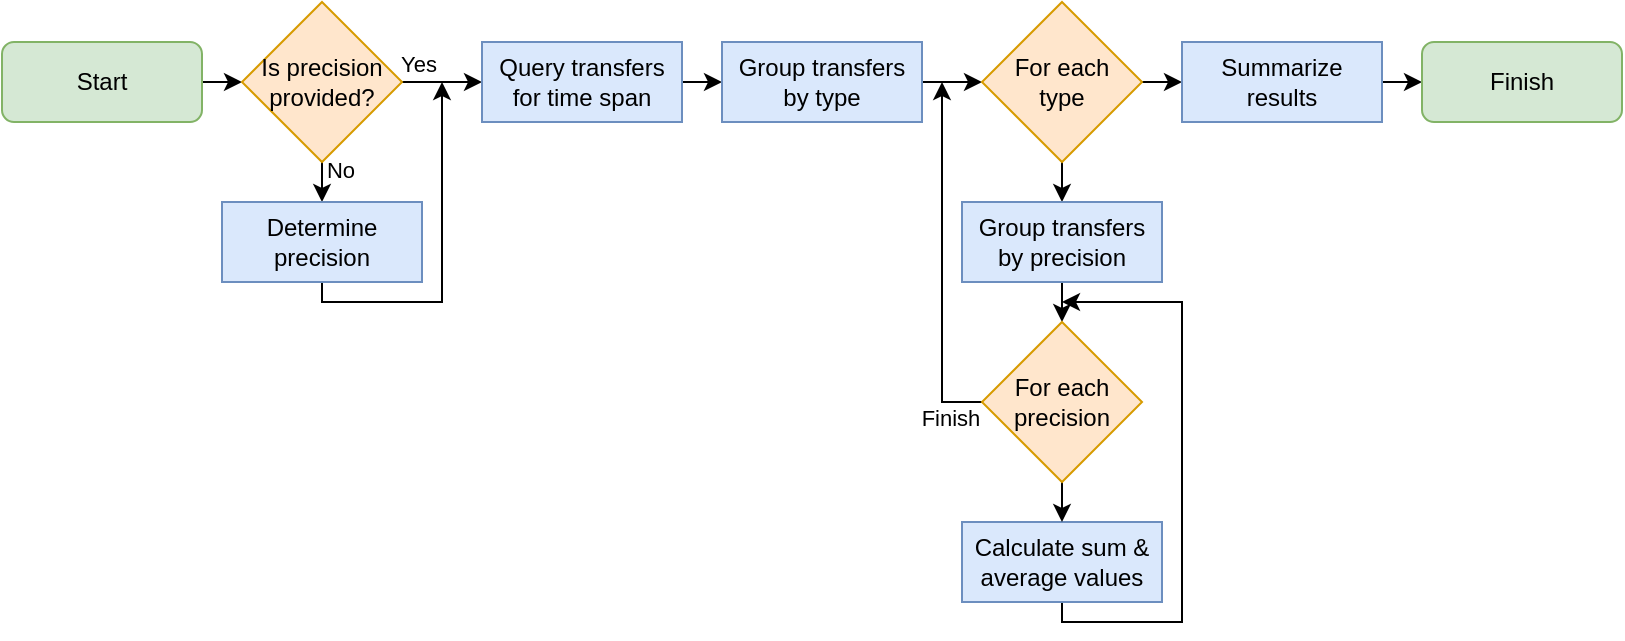
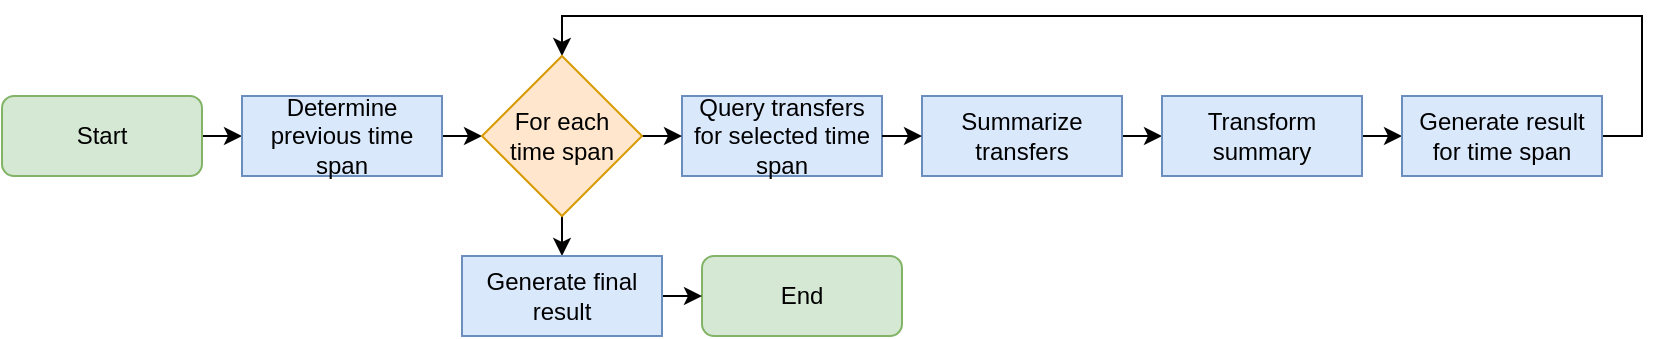
<mxfile host="app.diagrams.net" agent="Mozilla/5.0 (X11; Ubuntu; Linux x86_64; rv:146.0) Gecko/20100101 Firefox/146.0" version="29.2.9">
  <diagram name="Page-1" id="F7VylZPG_0SFrrGgAdN6">
-     <mxGraphModel dx="1501" dy="769" grid="1" gridSize="10" guides="1" tooltips="1" connect="1" arrows="1" fold="1" page="1" pageScale="1" pageWidth="850" pageHeight="1100" math="0" shadow="0">
+     <mxGraphModel dx="1426" dy="699" grid="1" gridSize="10" guides="1" tooltips="1" connect="1" arrows="1" fold="1" page="1" pageScale="1" pageWidth="850" pageHeight="1100" math="0" shadow="0">
      <root>
        <mxCell id="0" />
        <mxCell id="1" parent="0" />
-         <mxCell id="xXYBm-5ZoaBMtMdc5Scg-5" edge="1" parent="1" source="xXYBm-5ZoaBMtMdc5Scg-1" style="edgeStyle=orthogonalEdgeStyle;rounded=0;orthogonalLoop=1;jettySize=auto;html=1;exitX=1;exitY=0.5;exitDx=0;exitDy=0;entryX=0;entryY=0.5;entryDx=0;entryDy=0;" target="xXYBm-5ZoaBMtMdc5Scg-2">
+         <mxCell id="zLqfNxMD4uhCC-ISoSBu-7" edge="1" parent="1" source="zLqfNxMD4uhCC-ISoSBu-1" style="edgeStyle=orthogonalEdgeStyle;rounded=0;orthogonalLoop=1;jettySize=auto;html=1;exitX=1;exitY=0.5;exitDx=0;exitDy=0;entryX=0;entryY=0.5;entryDx=0;entryDy=0;" target="zLqfNxMD4uhCC-ISoSBu-13">
          <mxGeometry relative="1" as="geometry" />
        </mxCell>
-         <mxCell id="xXYBm-5ZoaBMtMdc5Scg-1" parent="1" style="rounded=1;whiteSpace=wrap;html=1;fillColor=#d5e8d4;strokeColor=#82b366;" value="Start" vertex="1">
-           <mxGeometry height="40" width="100" y="40" as="geometry" />
+         <mxCell id="zLqfNxMD4uhCC-ISoSBu-1" parent="1" style="rounded=1;whiteSpace=wrap;html=1;fillColor=#d5e8d4;strokeColor=#82b366;" value="Start" vertex="1">
+           <mxGeometry height="40" width="100" y="60" as="geometry" />
        </mxCell>
-         <mxCell id="xXYBm-5ZoaBMtMdc5Scg-6" edge="1" parent="1" source="xXYBm-5ZoaBMtMdc5Scg-2" style="edgeStyle=orthogonalEdgeStyle;rounded=0;orthogonalLoop=1;jettySize=auto;html=1;exitX=1;exitY=0.5;exitDx=0;exitDy=0;entryX=0;entryY=0.5;entryDx=0;entryDy=0;" target="xXYBm-5ZoaBMtMdc5Scg-4">
+         <mxCell id="zLqfNxMD4uhCC-ISoSBu-2" parent="1" style="rounded=0;whiteSpace=wrap;html=1;fillColor=#dae8fc;strokeColor=#6c8ebf;" value="Query transfers for selected time span" vertex="1">
+           <mxGeometry height="40" width="100" x="340" y="60" as="geometry" />
+         </mxCell>
+         <mxCell id="zLqfNxMD4uhCC-ISoSBu-9" edge="1" parent="1" source="zLqfNxMD4uhCC-ISoSBu-3" style="edgeStyle=orthogonalEdgeStyle;rounded=0;orthogonalLoop=1;jettySize=auto;html=1;exitX=1;exitY=0.5;exitDx=0;exitDy=0;entryX=0;entryY=0.5;entryDx=0;entryDy=0;" target="zLqfNxMD4uhCC-ISoSBu-4">
          <mxGeometry relative="1" as="geometry" />
        </mxCell>
-         <mxCell id="xXYBm-5ZoaBMtMdc5Scg-10" connectable="0" parent="xXYBm-5ZoaBMtMdc5Scg-6" style="edgeLabel;html=1;align=center;verticalAlign=middle;resizable=0;points=[];labelBackgroundColor=none;" value="Yes" vertex="1">
-           <mxGeometry relative="1" x="-0.74" as="geometry">
-             <mxPoint x="3" y="-9" as="offset" />
+         <mxCell id="zLqfNxMD4uhCC-ISoSBu-3" parent="1" style="rounded=0;whiteSpace=wrap;html=1;fillColor=#dae8fc;strokeColor=#6c8ebf;" value="Summarize transfers" vertex="1">
+           <mxGeometry height="40" width="100" x="460" y="60" as="geometry" />
+         </mxCell>
+         <mxCell id="zLqfNxMD4uhCC-ISoSBu-10" edge="1" parent="1" source="zLqfNxMD4uhCC-ISoSBu-4" style="edgeStyle=orthogonalEdgeStyle;rounded=0;orthogonalLoop=1;jettySize=auto;html=1;exitX=1;exitY=0.5;exitDx=0;exitDy=0;entryX=0;entryY=0.5;entryDx=0;entryDy=0;" target="zLqfNxMD4uhCC-ISoSBu-5">
+           <mxGeometry relative="1" as="geometry" />
+         </mxCell>
+         <mxCell id="zLqfNxMD4uhCC-ISoSBu-4" parent="1" style="rounded=0;whiteSpace=wrap;html=1;fillColor=#dae8fc;strokeColor=#6c8ebf;" value="Transform summary" vertex="1">
+           <mxGeometry height="40" width="100" x="580" y="60" as="geometry" />
+         </mxCell>
+         <mxCell id="zLqfNxMD4uhCC-ISoSBu-20" edge="1" parent="1" source="zLqfNxMD4uhCC-ISoSBu-5" style="edgeStyle=orthogonalEdgeStyle;rounded=0;orthogonalLoop=1;jettySize=auto;html=1;exitX=1;exitY=0.5;exitDx=0;exitDy=0;entryX=0.5;entryY=0;entryDx=0;entryDy=0;" target="zLqfNxMD4uhCC-ISoSBu-14">
+           <mxGeometry relative="1" as="geometry">
+             <Array as="points">
+               <mxPoint x="820" y="80" />
+               <mxPoint x="820" y="20" />
+               <mxPoint x="280" y="20" />
+             </Array>
          </mxGeometry>
        </mxCell>
-         <mxCell id="xXYBm-5ZoaBMtMdc5Scg-7" edge="1" parent="1" source="xXYBm-5ZoaBMtMdc5Scg-2" style="edgeStyle=orthogonalEdgeStyle;rounded=0;orthogonalLoop=1;jettySize=auto;html=1;exitX=0.5;exitY=1;exitDx=0;exitDy=0;entryX=0.5;entryY=0;entryDx=0;entryDy=0;" target="xXYBm-5ZoaBMtMdc5Scg-3">
+         <mxCell id="zLqfNxMD4uhCC-ISoSBu-5" parent="1" style="rounded=0;whiteSpace=wrap;html=1;fillColor=#dae8fc;strokeColor=#6c8ebf;" value="Generate result for time span" vertex="1">
+           <mxGeometry height="40" width="100" x="700" y="60" as="geometry" />
+         </mxCell>
+         <mxCell id="zLqfNxMD4uhCC-ISoSBu-6" parent="1" style="rounded=1;whiteSpace=wrap;html=1;fillColor=#d5e8d4;strokeColor=#82b366;" value="End" vertex="1">
+           <mxGeometry height="40" width="100" x="350" y="140" as="geometry" />
+         </mxCell>
+         <mxCell id="zLqfNxMD4uhCC-ISoSBu-8" edge="1" parent="1" source="zLqfNxMD4uhCC-ISoSBu-2" style="edgeStyle=orthogonalEdgeStyle;rounded=0;orthogonalLoop=1;jettySize=auto;html=1;exitX=1;exitY=0.5;exitDx=0;exitDy=0;entryX=0;entryY=0.5;entryDx=0;entryDy=0;" target="zLqfNxMD4uhCC-ISoSBu-3">
          <mxGeometry relative="1" as="geometry" />
        </mxCell>
-         <mxCell id="xXYBm-5ZoaBMtMdc5Scg-9" connectable="0" parent="xXYBm-5ZoaBMtMdc5Scg-7" style="edgeLabel;html=1;align=center;verticalAlign=middle;resizable=0;points=[];labelBackgroundColor=none;" value="No" vertex="1">
-           <mxGeometry relative="1" x="-0.4" y="-1" as="geometry">
-             <mxPoint x="10" y="-2" as="offset" />
-           </mxGeometry>
-         </mxCell>
-         <mxCell id="xXYBm-5ZoaBMtMdc5Scg-2" parent="1" style="rhombus;whiteSpace=wrap;html=1;fillColor=#ffe6cc;strokeColor=#d79b00;" value="&lt;div&gt;Is precision&lt;/div&gt;&lt;div&gt;provided?&lt;/div&gt;" vertex="1">
-           <mxGeometry height="80" width="80" x="120" y="20" as="geometry" />
-         </mxCell>
-         <mxCell id="xXYBm-5ZoaBMtMdc5Scg-8" edge="1" parent="1" source="xXYBm-5ZoaBMtMdc5Scg-3" style="edgeStyle=orthogonalEdgeStyle;rounded=0;orthogonalLoop=1;jettySize=auto;html=1;exitX=0.5;exitY=1;exitDx=0;exitDy=0;">
-           <mxGeometry relative="1" as="geometry">
-             <Array as="points">
-               <mxPoint x="160" y="170" />
-               <mxPoint x="220" y="170" />
-             </Array>
-             <mxPoint x="220" y="60" as="targetPoint" />
-           </mxGeometry>
-         </mxCell>
-         <mxCell id="xXYBm-5ZoaBMtMdc5Scg-3" parent="1" style="rounded=0;whiteSpace=wrap;html=1;fillColor=#dae8fc;strokeColor=#6c8ebf;" value="&lt;div&gt;Determine&lt;/div&gt;&lt;div&gt;precision&lt;/div&gt;" vertex="1">
-           <mxGeometry height="40" width="100" x="110" y="120" as="geometry" />
-         </mxCell>
-         <mxCell id="xXYBm-5ZoaBMtMdc5Scg-12" edge="1" parent="1" source="xXYBm-5ZoaBMtMdc5Scg-4" style="edgeStyle=orthogonalEdgeStyle;rounded=0;orthogonalLoop=1;jettySize=auto;html=1;exitX=1;exitY=0.5;exitDx=0;exitDy=0;entryX=0;entryY=0.5;entryDx=0;entryDy=0;" target="xXYBm-5ZoaBMtMdc5Scg-11">
+         <mxCell id="zLqfNxMD4uhCC-ISoSBu-15" edge="1" parent="1" source="zLqfNxMD4uhCC-ISoSBu-13" style="edgeStyle=orthogonalEdgeStyle;rounded=0;orthogonalLoop=1;jettySize=auto;html=1;exitX=1;exitY=0.5;exitDx=0;exitDy=0;entryX=0;entryY=0.5;entryDx=0;entryDy=0;" target="zLqfNxMD4uhCC-ISoSBu-14">
          <mxGeometry relative="1" as="geometry" />
        </mxCell>
-         <mxCell id="xXYBm-5ZoaBMtMdc5Scg-4" parent="1" style="rounded=0;whiteSpace=wrap;html=1;fillColor=#dae8fc;strokeColor=#6c8ebf;" value="Query transfers for time span" vertex="1">
-           <mxGeometry height="40" width="100" x="240" y="40" as="geometry" />
+         <mxCell id="zLqfNxMD4uhCC-ISoSBu-13" parent="1" style="rounded=0;whiteSpace=wrap;html=1;fillColor=#dae8fc;strokeColor=#6c8ebf;" value="Determine previous time span" vertex="1">
+           <mxGeometry height="40" width="100" x="120" y="60" as="geometry" />
        </mxCell>
-         <mxCell id="xXYBm-5ZoaBMtMdc5Scg-15" edge="1" parent="1" source="xXYBm-5ZoaBMtMdc5Scg-11" style="edgeStyle=orthogonalEdgeStyle;rounded=0;orthogonalLoop=1;jettySize=auto;html=1;exitX=1;exitY=0.5;exitDx=0;exitDy=0;entryX=0;entryY=0.5;entryDx=0;entryDy=0;" target="xXYBm-5ZoaBMtMdc5Scg-17">
-           <mxGeometry relative="1" as="geometry">
-             <mxPoint x="480" y="60" as="targetPoint" />
-           </mxGeometry>
-         </mxCell>
-         <mxCell id="xXYBm-5ZoaBMtMdc5Scg-11" parent="1" style="rounded=0;whiteSpace=wrap;html=1;fillColor=#dae8fc;strokeColor=#6c8ebf;" value="Group transfers by type" vertex="1">
-           <mxGeometry height="40" width="100" x="360" y="40" as="geometry" />
-         </mxCell>
-         <mxCell id="xXYBm-5ZoaBMtMdc5Scg-20" edge="1" parent="1" source="xXYBm-5ZoaBMtMdc5Scg-17" style="edgeStyle=orthogonalEdgeStyle;rounded=0;orthogonalLoop=1;jettySize=auto;html=1;exitX=0.5;exitY=1;exitDx=0;exitDy=0;entryX=0.5;entryY=0;entryDx=0;entryDy=0;" target="xXYBm-5ZoaBMtMdc5Scg-18">
+         <mxCell id="zLqfNxMD4uhCC-ISoSBu-16" edge="1" parent="1" source="zLqfNxMD4uhCC-ISoSBu-14" style="edgeStyle=orthogonalEdgeStyle;rounded=0;orthogonalLoop=1;jettySize=auto;html=1;exitX=1;exitY=0.5;exitDx=0;exitDy=0;entryX=0;entryY=0.5;entryDx=0;entryDy=0;" target="zLqfNxMD4uhCC-ISoSBu-2">
          <mxGeometry relative="1" as="geometry" />
        </mxCell>
-         <mxCell id="xXYBm-5ZoaBMtMdc5Scg-29" edge="1" parent="1" source="xXYBm-5ZoaBMtMdc5Scg-17" style="edgeStyle=orthogonalEdgeStyle;rounded=0;orthogonalLoop=1;jettySize=auto;html=1;exitX=1;exitY=0.5;exitDx=0;exitDy=0;entryX=0;entryY=0.5;entryDx=0;entryDy=0;" target="xXYBm-5ZoaBMtMdc5Scg-28">
+         <mxCell id="zLqfNxMD4uhCC-ISoSBu-18" edge="1" parent="1" source="zLqfNxMD4uhCC-ISoSBu-14" style="edgeStyle=orthogonalEdgeStyle;rounded=0;orthogonalLoop=1;jettySize=auto;html=1;exitX=0.5;exitY=1;exitDx=0;exitDy=0;entryX=0.5;entryY=0;entryDx=0;entryDy=0;" target="zLqfNxMD4uhCC-ISoSBu-17">
          <mxGeometry relative="1" as="geometry" />
        </mxCell>
-         <mxCell id="xXYBm-5ZoaBMtMdc5Scg-17" parent="1" style="rhombus;whiteSpace=wrap;html=1;fillColor=#ffe6cc;strokeColor=#d79b00;" value="&lt;div&gt;For each&lt;/div&gt;&lt;div&gt;type&lt;/div&gt;" vertex="1">
-           <mxGeometry height="80" width="80" x="490" y="20" as="geometry" />
+         <mxCell id="zLqfNxMD4uhCC-ISoSBu-14" parent="1" style="rhombus;whiteSpace=wrap;html=1;fillColor=#ffe6cc;strokeColor=#d79b00;" value="&lt;div&gt;For each&lt;/div&gt;&lt;div&gt;time span&lt;/div&gt;" vertex="1">
+           <mxGeometry height="80" width="80" x="240" y="40" as="geometry" />
        </mxCell>
-         <mxCell id="xXYBm-5ZoaBMtMdc5Scg-23" edge="1" parent="1" source="xXYBm-5ZoaBMtMdc5Scg-18" style="edgeStyle=orthogonalEdgeStyle;rounded=0;orthogonalLoop=1;jettySize=auto;html=1;exitX=0.5;exitY=1;exitDx=0;exitDy=0;entryX=0.5;entryY=0;entryDx=0;entryDy=0;" target="xXYBm-5ZoaBMtMdc5Scg-22">
+         <mxCell id="zLqfNxMD4uhCC-ISoSBu-19" edge="1" parent="1" source="zLqfNxMD4uhCC-ISoSBu-17" style="edgeStyle=orthogonalEdgeStyle;rounded=0;orthogonalLoop=1;jettySize=auto;html=1;exitX=1;exitY=0.5;exitDx=0;exitDy=0;entryX=0;entryY=0.5;entryDx=0;entryDy=0;" target="zLqfNxMD4uhCC-ISoSBu-6">
          <mxGeometry relative="1" as="geometry" />
        </mxCell>
-         <mxCell id="xXYBm-5ZoaBMtMdc5Scg-18" parent="1" style="rounded=0;whiteSpace=wrap;html=1;fillColor=#dae8fc;strokeColor=#6c8ebf;" value="Group transfers by precision" vertex="1">
-           <mxGeometry height="40" width="100" x="480" y="120" as="geometry" />
-         </mxCell>
-         <mxCell id="xXYBm-5ZoaBMtMdc5Scg-25" edge="1" parent="1" source="xXYBm-5ZoaBMtMdc5Scg-21" style="edgeStyle=orthogonalEdgeStyle;rounded=0;orthogonalLoop=1;jettySize=auto;html=1;exitX=0.5;exitY=1;exitDx=0;exitDy=0;">
-           <mxGeometry relative="1" as="geometry">
-             <Array as="points">
-               <mxPoint x="530" y="330" />
-               <mxPoint x="590" y="330" />
-               <mxPoint x="590" y="170" />
-             </Array>
-             <mxPoint x="530" y="170" as="targetPoint" />
-           </mxGeometry>
-         </mxCell>
-         <mxCell id="xXYBm-5ZoaBMtMdc5Scg-21" parent="1" style="rounded=0;whiteSpace=wrap;html=1;fillColor=#dae8fc;strokeColor=#6c8ebf;" value="Calculate sum &amp;amp; average values" vertex="1">
-           <mxGeometry height="40" width="100" x="480" y="280" as="geometry" />
-         </mxCell>
-         <mxCell id="xXYBm-5ZoaBMtMdc5Scg-24" edge="1" parent="1" source="xXYBm-5ZoaBMtMdc5Scg-22" style="edgeStyle=orthogonalEdgeStyle;rounded=0;orthogonalLoop=1;jettySize=auto;html=1;exitX=0.5;exitY=1;exitDx=0;exitDy=0;entryX=0.5;entryY=0;entryDx=0;entryDy=0;" target="xXYBm-5ZoaBMtMdc5Scg-21">
-           <mxGeometry relative="1" as="geometry" />
-         </mxCell>
-         <mxCell id="xXYBm-5ZoaBMtMdc5Scg-26" edge="1" parent="1" source="xXYBm-5ZoaBMtMdc5Scg-22" style="edgeStyle=orthogonalEdgeStyle;rounded=0;orthogonalLoop=1;jettySize=auto;html=1;exitX=0;exitY=0.5;exitDx=0;exitDy=0;">
-           <mxGeometry relative="1" as="geometry">
-             <Array as="points">
-               <mxPoint x="470" y="220" />
-             </Array>
-             <mxPoint x="470" y="60" as="targetPoint" />
-           </mxGeometry>
-         </mxCell>
-         <mxCell id="xXYBm-5ZoaBMtMdc5Scg-27" connectable="0" parent="xXYBm-5ZoaBMtMdc5Scg-26" style="edgeLabel;html=1;align=center;verticalAlign=middle;resizable=0;points=[];labelBackgroundColor=none;" value="Finish" vertex="1">
-           <mxGeometry relative="1" x="-0.6549" as="geometry">
-             <mxPoint x="4" y="19" as="offset" />
-           </mxGeometry>
-         </mxCell>
-         <mxCell id="xXYBm-5ZoaBMtMdc5Scg-22" parent="1" style="rhombus;whiteSpace=wrap;html=1;fillColor=#ffe6cc;strokeColor=#d79b00;" value="&lt;div&gt;For each&lt;/div&gt;&lt;div&gt;precision&lt;/div&gt;" vertex="1">
-           <mxGeometry height="80" width="80" x="490" y="180" as="geometry" />
-         </mxCell>
-         <mxCell id="xXYBm-5ZoaBMtMdc5Scg-31" edge="1" parent="1" source="xXYBm-5ZoaBMtMdc5Scg-28" style="edgeStyle=orthogonalEdgeStyle;rounded=0;orthogonalLoop=1;jettySize=auto;html=1;exitX=1;exitY=0.5;exitDx=0;exitDy=0;entryX=0;entryY=0.5;entryDx=0;entryDy=0;" target="xXYBm-5ZoaBMtMdc5Scg-30">
-           <mxGeometry relative="1" as="geometry" />
-         </mxCell>
-         <mxCell id="xXYBm-5ZoaBMtMdc5Scg-28" parent="1" style="rounded=0;whiteSpace=wrap;html=1;fillColor=#dae8fc;strokeColor=#6c8ebf;" value="Summarize results" vertex="1">
-           <mxGeometry height="40" width="100" x="590" y="40" as="geometry" />
-         </mxCell>
-         <mxCell id="xXYBm-5ZoaBMtMdc5Scg-30" parent="1" style="rounded=1;whiteSpace=wrap;html=1;fillColor=#d5e8d4;strokeColor=#82b366;" value="Finish" vertex="1">
-           <mxGeometry height="40" width="100" x="710" y="40" as="geometry" />
+         <mxCell id="zLqfNxMD4uhCC-ISoSBu-17" parent="1" style="rounded=0;whiteSpace=wrap;html=1;fillColor=#dae8fc;strokeColor=#6c8ebf;" value="Generate final result" vertex="1">
+           <mxGeometry height="40" width="100" x="230" y="140" as="geometry" />
        </mxCell>
      </root>
    </mxGraphModel>
  </diagram>
</mxfile>
